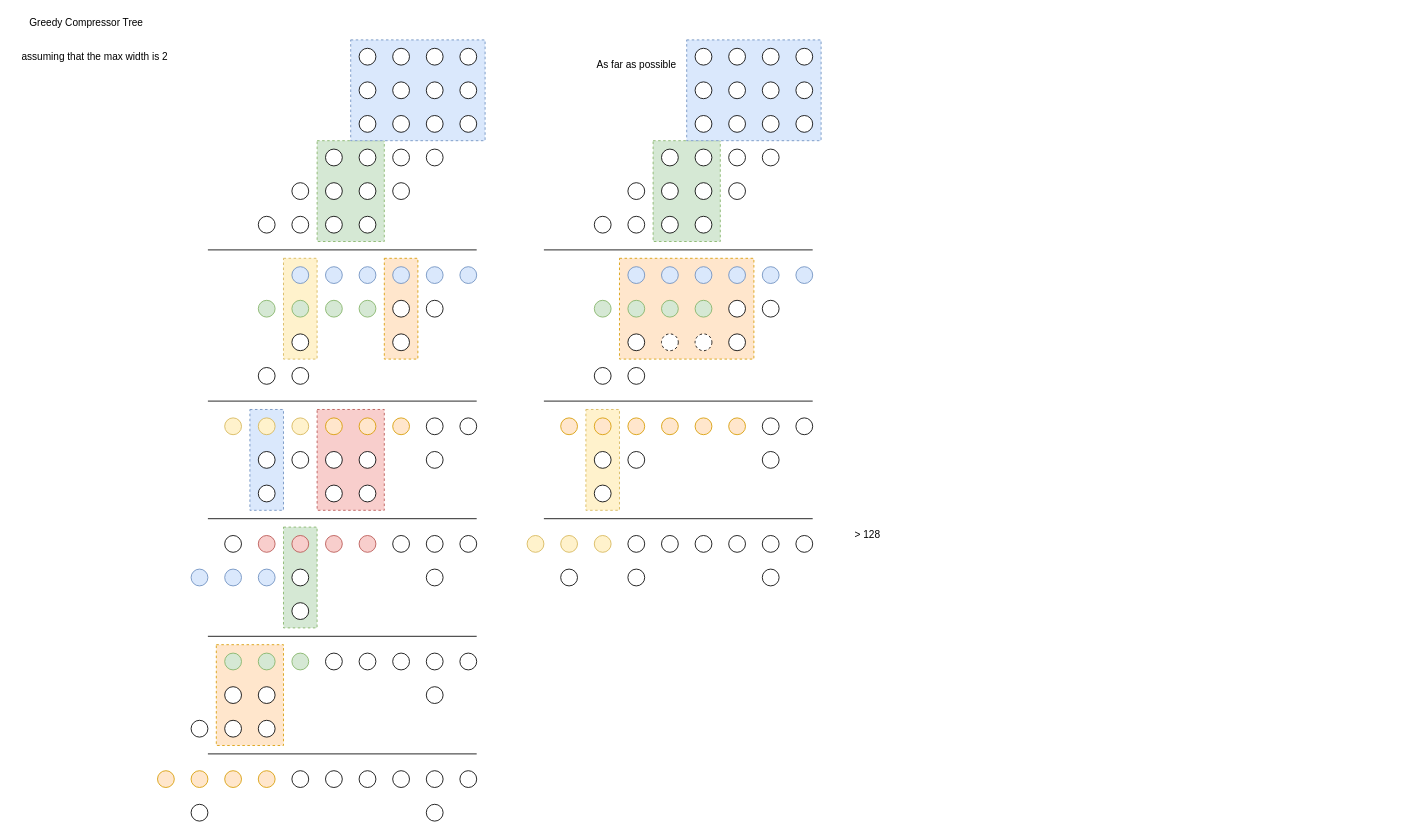
Earlier version of the draw.io diagram page "GCT" (2 of 4) of src/main/resources/BMC.drawio (RicardoNid/Chainsaw2). Source tidied: cells renumbered, new cells numbered last; positions are measured from the earlier drawing's top-left corner, leaving out a move shared by most shapes. Both pictures are drawn from the tidied source at 84%, with x=0, y=0 at pixel (14, 14).
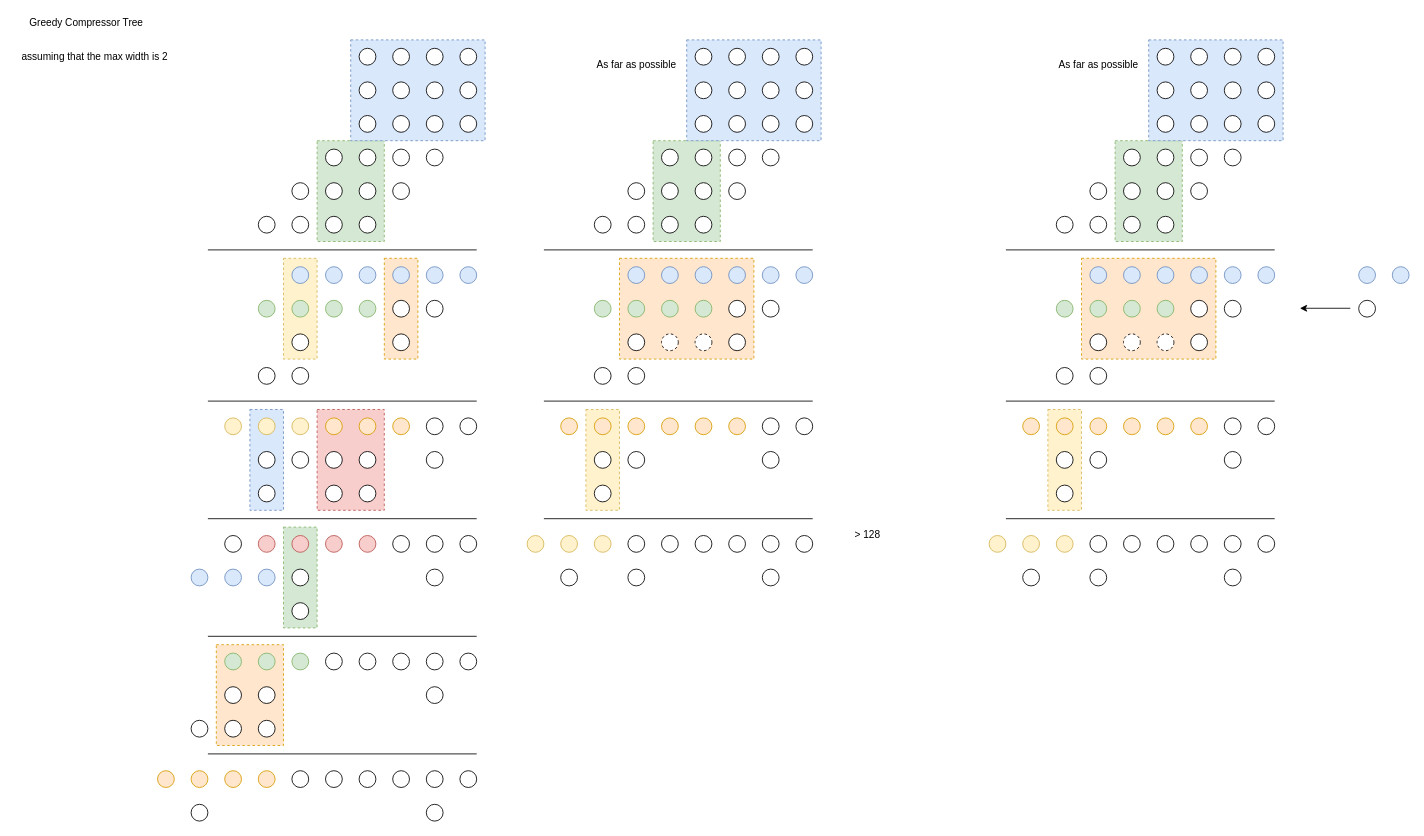
The same diagram, later.

The edit, as a diff of the source:
```diff
@@
+    <mxCell id="188" style="ellipse;whiteSpace=wrap;html=1;" parent="1" vertex="1">
+      <mxGeometry x="1320" y="620" width="20" height="20" as="geometry" />
+    </mxCell>
+    <mxCell id="189" style="ellipse;whiteSpace=wrap;html=1;" parent="1" vertex="1">
+      <mxGeometry x="1360" y="620" width="20" height="20" as="geometry" />
+    </mxCell>
+    <mxCell id="190" style="ellipse;whiteSpace=wrap;html=1;" parent="1" vertex="1">
+      <mxGeometry x="1400" y="620" width="20" height="20" as="geometry" />
+    </mxCell>
+    <mxCell id="191" style="ellipse;whiteSpace=wrap;html=1;" parent="1" vertex="1">
+      <mxGeometry x="1280" y="620" width="20" height="20" as="geometry" />
+    </mxCell>
+    <mxCell id="192" style="ellipse;whiteSpace=wrap;html=1;" parent="1" vertex="1">
+      <mxGeometry x="1440" y="620" width="20" height="20" as="geometry" />
+    </mxCell>
+    <mxCell id="193" style="ellipse;whiteSpace=wrap;html=1;" parent="1" vertex="1">
+      <mxGeometry x="1480" y="620" width="20" height="20" as="geometry" />
+    </mxCell>
+    <mxCell id="194" style="ellipse;whiteSpace=wrap;html=1;" parent="1" vertex="1">
+      <mxGeometry x="1440" y="660" width="20" height="20" as="geometry" />
+    </mxCell>
+    <mxCell id="195" style="ellipse;whiteSpace=wrap;html=1;" parent="1" vertex="1">
+      <mxGeometry x="1280" y="660" width="20" height="20" as="geometry" />
+    </mxCell>
+    <mxCell id="196" style="rounded=0;whiteSpace=wrap;html=1;dashed=1;fillColor=#fff2cc;strokeColor=#d6b656;" parent="1" vertex="1">
+      <mxGeometry x="1230" y="470" width="40" height="120" as="geometry" />
+    </mxCell>
+    <mxCell id="197" style="rounded=0;whiteSpace=wrap;html=1;dashed=1;fillColor=#ffe6cc;strokeColor=#d79b00;" parent="1" vertex="1">
+      <mxGeometry x="1270" y="290" width="160" height="120" as="geometry" />
+    </mxCell>
+    <mxCell id="198" style="rounded=0;whiteSpace=wrap;html=1;dashed=1;fillColor=#d5e8d4;strokeColor=#82b366;" parent="1" vertex="1">
+      <mxGeometry x="1310" y="150" width="80" height="120" as="geometry" />
+    </mxCell>
+    <mxCell id="199" style="rounded=0;whiteSpace=wrap;html=1;dashed=1;fillColor=#dae8fc;strokeColor=#6c8ebf;" parent="1" vertex="1">
+      <mxGeometry x="1350" y="30" width="160" height="120" as="geometry" />
+    </mxCell>
+    <mxCell id="200" style="ellipse;whiteSpace=wrap;html=1;" parent="1" vertex="1">
+      <mxGeometry x="1360" y="120" width="20" height="20" as="geometry" />
+    </mxCell>
+    <mxCell id="201" style="ellipse;whiteSpace=wrap;html=1;" parent="1" vertex="1">
+      <mxGeometry x="1400" y="120" width="20" height="20" as="geometry" />
+    </mxCell>
+    <mxCell id="202" style="ellipse;whiteSpace=wrap;html=1;" parent="1" vertex="1">
+      <mxGeometry x="1440" y="120" width="20" height="20" as="geometry" />
+    </mxCell>
+    <mxCell id="203" style="ellipse;whiteSpace=wrap;html=1;" parent="1" vertex="1">
+      <mxGeometry x="1480" y="120" width="20" height="20" as="geometry" />
+    </mxCell>
+    <mxCell id="204" style="ellipse;whiteSpace=wrap;html=1;" parent="1" vertex="1">
+      <mxGeometry x="1320" y="160" width="20" height="20" as="geometry" />
+    </mxCell>
+    <mxCell id="205" style="ellipse;whiteSpace=wrap;html=1;" parent="1" vertex="1">
+      <mxGeometry x="1360" y="160" width="20" height="20" as="geometry" />
+    </mxCell>
+    <mxCell id="206" style="ellipse;whiteSpace=wrap;html=1;" parent="1" vertex="1">
+      <mxGeometry x="1400" y="160" width="20" height="20" as="geometry" />
+    </mxCell>
+    <mxCell id="207" style="ellipse;whiteSpace=wrap;html=1;" parent="1" vertex="1">
+      <mxGeometry x="1440" y="160" width="20" height="20" as="geometry" />
+    </mxCell>
+    <mxCell id="208" style="ellipse;whiteSpace=wrap;html=1;" parent="1" vertex="1">
+      <mxGeometry x="1280" y="200" width="20" height="20" as="geometry" />
+    </mxCell>
+    <mxCell id="209" style="ellipse;whiteSpace=wrap;html=1;" parent="1" vertex="1">
+      <mxGeometry x="1320" y="200" width="20" height="20" as="geometry" />
+    </mxCell>
+    <mxCell id="210" style="ellipse;whiteSpace=wrap;html=1;" parent="1" vertex="1">
+      <mxGeometry x="1360" y="200" width="20" height="20" as="geometry" />
+    </mxCell>
+    <mxCell id="211" style="ellipse;whiteSpace=wrap;html=1;" parent="1" vertex="1">
+      <mxGeometry x="1400" y="200" width="20" height="20" as="geometry" />
+    </mxCell>
+    <mxCell id="212" style="ellipse;whiteSpace=wrap;html=1;" parent="1" vertex="1">
+      <mxGeometry x="1240" y="240" width="20" height="20" as="geometry" />
+    </mxCell>
+    <mxCell id="213" style="ellipse;whiteSpace=wrap;html=1;" parent="1" vertex="1">
+      <mxGeometry x="1280" y="240" width="20" height="20" as="geometry" />
+    </mxCell>
+    <mxCell id="214" style="ellipse;whiteSpace=wrap;html=1;" parent="1" vertex="1">
+      <mxGeometry x="1320" y="240" width="20" height="20" as="geometry" />
+    </mxCell>
+    <mxCell id="215" style="ellipse;whiteSpace=wrap;html=1;" parent="1" vertex="1">
+      <mxGeometry x="1360" y="240" width="20" height="20" as="geometry" />
+    </mxCell>
+    <mxCell id="216" style="ellipse;whiteSpace=wrap;html=1;" parent="1" vertex="1">
+      <mxGeometry x="1360" y="40" width="20" height="20" as="geometry" />
+    </mxCell>
+    <mxCell id="217" style="ellipse;whiteSpace=wrap;html=1;" parent="1" vertex="1">
+      <mxGeometry x="1400" y="40" width="20" height="20" as="geometry" />
+    </mxCell>
+    <mxCell id="218" style="ellipse;whiteSpace=wrap;html=1;" parent="1" vertex="1">
+      <mxGeometry x="1440" y="40" width="20" height="20" as="geometry" />
+    </mxCell>
+    <mxCell id="219" style="ellipse;whiteSpace=wrap;html=1;" parent="1" vertex="1">
+      <mxGeometry x="1480" y="40" width="20" height="20" as="geometry" />
+    </mxCell>
+    <mxCell id="220" style="ellipse;whiteSpace=wrap;html=1;" parent="1" vertex="1">
+      <mxGeometry x="1360" y="80" width="20" height="20" as="geometry" />
+    </mxCell>
+    <mxCell id="221" style="ellipse;whiteSpace=wrap;html=1;" parent="1" vertex="1">
+      <mxGeometry x="1400" y="80" width="20" height="20" as="geometry" />
+    </mxCell>
+    <mxCell id="222" style="ellipse;whiteSpace=wrap;html=1;" parent="1" vertex="1">
+      <mxGeometry x="1440" y="80" width="20" height="20" as="geometry" />
+    </mxCell>
+    <mxCell id="223" style="ellipse;whiteSpace=wrap;html=1;" parent="1" vertex="1">
+      <mxGeometry x="1480" y="80" width="20" height="20" as="geometry" />
+    </mxCell>
+    <mxCell id="224" style="endArrow=none;html=1;" parent="1" edge="1">
+      <mxGeometry relative="1" as="geometry">
+        <mxPoint x="1180" y="280" as="sourcePoint" />
+        <mxPoint x="1500" y="280" as="targetPoint" />
+      </mxGeometry>
+    </mxCell>
+    <mxCell id="225" style="endArrow=none;html=1;" parent="1" edge="1">
+      <mxGeometry relative="1" as="geometry">
+        <mxPoint x="1180" y="460" as="sourcePoint" />
+        <mxPoint x="1500" y="460" as="targetPoint" />
+      </mxGeometry>
+    </mxCell>
+    <mxCell id="226" style="endArrow=none;html=1;" parent="1" edge="1">
+      <mxGeometry relative="1" as="geometry">
+        <mxPoint x="1180" y="600" as="sourcePoint" />
+        <mxPoint x="1500" y="600" as="targetPoint" />
+      </mxGeometry>
+    </mxCell>
+    <mxCell id="227" style="ellipse;whiteSpace=wrap;html=1;fillColor=#dae8fc;strokeColor=#6c8ebf;" parent="1" vertex="1">
+      <mxGeometry x="1360" y="300" width="20" height="20" as="geometry" />
+    </mxCell>
+    <mxCell id="228" style="ellipse;whiteSpace=wrap;html=1;fillColor=#dae8fc;strokeColor=#6c8ebf;" parent="1" vertex="1">
+      <mxGeometry x="1400" y="300" width="20" height="20" as="geometry" />
+    </mxCell>
+    <mxCell id="229" style="ellipse;whiteSpace=wrap;html=1;fillColor=#dae8fc;strokeColor=#6c8ebf;" parent="1" vertex="1">
+      <mxGeometry x="1440" y="300" width="20" height="20" as="geometry" />
+    </mxCell>
+    <mxCell id="230" style="ellipse;whiteSpace=wrap;html=1;fillColor=#dae8fc;strokeColor=#6c8ebf;" parent="1" vertex="1">
+      <mxGeometry x="1480" y="300" width="20" height="20" as="geometry" />
+    </mxCell>
+    <mxCell id="231" style="ellipse;whiteSpace=wrap;html=1;fillColor=#dae8fc;strokeColor=#6c8ebf;" parent="1" vertex="1">
+      <mxGeometry x="1280" y="300" width="20" height="20" as="geometry" />
+    </mxCell>
+    <mxCell id="232" style="ellipse;whiteSpace=wrap;html=1;fillColor=#dae8fc;strokeColor=#6c8ebf;" parent="1" vertex="1">
+      <mxGeometry x="1320" y="300" width="20" height="20" as="geometry" />
+    </mxCell>
+    <mxCell id="233" style="ellipse;whiteSpace=wrap;html=1;fillColor=#d5e8d4;strokeColor=#82b366;" parent="1" vertex="1">
+      <mxGeometry x="1240" y="340" width="20" height="20" as="geometry" />
+    </mxCell>
+    <mxCell id="234" style="ellipse;whiteSpace=wrap;html=1;fillColor=#d5e8d4;strokeColor=#82b366;" parent="1" vertex="1">
+      <mxGeometry x="1280" y="340" width="20" height="20" as="geometry" />
+    </mxCell>
+    <mxCell id="235" style="ellipse;whiteSpace=wrap;html=1;fillColor=#d5e8d4;strokeColor=#82b366;" parent="1" vertex="1">
+      <mxGeometry x="1320" y="340" width="20" height="20" as="geometry" />
+    </mxCell>
+    <mxCell id="236" style="ellipse;whiteSpace=wrap;html=1;fillColor=#d5e8d4;strokeColor=#82b366;" parent="1" vertex="1">
+      <mxGeometry x="1360" y="340" width="20" height="20" as="geometry" />
+    </mxCell>
+    <mxCell id="237" style="ellipse;whiteSpace=wrap;html=1;" parent="1" vertex="1">
+      <mxGeometry x="1400" y="340" width="20" height="20" as="geometry" />
+    </mxCell>
+    <mxCell id="238" style="ellipse;whiteSpace=wrap;html=1;" parent="1" vertex="1">
+      <mxGeometry x="1440" y="340" width="20" height="20" as="geometry" />
+    </mxCell>
+    <mxCell id="239" style="ellipse;whiteSpace=wrap;html=1;" parent="1" vertex="1">
+      <mxGeometry x="1400" y="380" width="20" height="20" as="geometry" />
+    </mxCell>
+    <mxCell id="240" style="ellipse;whiteSpace=wrap;html=1;" parent="1" vertex="1">
+      <mxGeometry x="1280" y="380" width="20" height="20" as="geometry" />
+    </mxCell>
+    <mxCell id="241" style="ellipse;whiteSpace=wrap;html=1;" parent="1" vertex="1">
+      <mxGeometry x="1240" y="420" width="20" height="20" as="geometry" />
+    </mxCell>
+    <mxCell id="242" style="ellipse;whiteSpace=wrap;html=1;" parent="1" vertex="1">
+      <mxGeometry x="1280" y="420" width="20" height="20" as="geometry" />
+    </mxCell>
+    <mxCell id="243" style="ellipse;whiteSpace=wrap;html=1;fillColor=#ffe6cc;strokeColor=#d79b00;" parent="1" vertex="1">
+      <mxGeometry x="1320" y="480" width="20" height="20" as="geometry" />
+    </mxCell>
+    <mxCell id="244" style="ellipse;whiteSpace=wrap;html=1;fillColor=#ffe6cc;strokeColor=#d79b00;" parent="1" vertex="1">
+      <mxGeometry x="1360" y="480" width="20" height="20" as="geometry" />
+    </mxCell>
+    <mxCell id="245" style="ellipse;whiteSpace=wrap;html=1;fillColor=#ffe6cc;strokeColor=#d79b00;" parent="1" vertex="1">
+      <mxGeometry x="1400" y="480" width="20" height="20" as="geometry" />
+    </mxCell>
+    <mxCell id="246" style="ellipse;whiteSpace=wrap;html=1;fillColor=#ffe6cc;strokeColor=#d79b00;" parent="1" vertex="1">
+      <mxGeometry x="1200" y="480" width="20" height="20" as="geometry" />
+    </mxCell>
+    <mxCell id="247" style="ellipse;whiteSpace=wrap;html=1;fillColor=#ffe6cc;strokeColor=#d79b00;" parent="1" vertex="1">
+      <mxGeometry x="1240" y="480" width="20" height="20" as="geometry" />
+    </mxCell>
+    <mxCell id="248" style="ellipse;whiteSpace=wrap;html=1;fillColor=#ffe6cc;strokeColor=#d79b00;" parent="1" vertex="1">
+      <mxGeometry x="1280" y="480" width="20" height="20" as="geometry" />
+    </mxCell>
+    <mxCell id="249" style="ellipse;whiteSpace=wrap;html=1;" parent="1" vertex="1">
+      <mxGeometry x="1440" y="480" width="20" height="20" as="geometry" />
+    </mxCell>
+    <mxCell id="250" style="ellipse;whiteSpace=wrap;html=1;" parent="1" vertex="1">
+      <mxGeometry x="1480" y="480" width="20" height="20" as="geometry" />
+    </mxCell>
+    <mxCell id="251" style="ellipse;whiteSpace=wrap;html=1;" parent="1" vertex="1">
+      <mxGeometry x="1440" y="520" width="20" height="20" as="geometry" />
+    </mxCell>
+    <mxCell id="252" style="ellipse;whiteSpace=wrap;html=1;" parent="1" vertex="1">
+      <mxGeometry x="1280" y="520" width="20" height="20" as="geometry" />
+    </mxCell>
+    <mxCell id="253" style="ellipse;whiteSpace=wrap;html=1;" parent="1" vertex="1">
+      <mxGeometry x="1240" y="520" width="20" height="20" as="geometry" />
+    </mxCell>
+    <mxCell id="254" style="ellipse;whiteSpace=wrap;html=1;" parent="1" vertex="1">
+      <mxGeometry x="1240" y="560" width="20" height="20" as="geometry" />
+    </mxCell>
+    <mxCell id="255" style="ellipse;whiteSpace=wrap;html=1;fillColor=#fff2cc;strokeColor=#d6b656;" parent="1" vertex="1">
+      <mxGeometry x="1200" y="620" width="20" height="20" as="geometry" />
+    </mxCell>
+    <mxCell id="256" style="ellipse;whiteSpace=wrap;html=1;fillColor=#fff2cc;strokeColor=#d6b656;" parent="1" vertex="1">
+      <mxGeometry x="1240" y="620" width="20" height="20" as="geometry" />
+    </mxCell>
+    <mxCell id="257" style="ellipse;whiteSpace=wrap;html=1;fillColor=#fff2cc;strokeColor=#d6b656;" parent="1" vertex="1">
+      <mxGeometry x="1160" y="620" width="20" height="20" as="geometry" />
+    </mxCell>
+    <mxCell id="258" style="ellipse;whiteSpace=wrap;html=1;" parent="1" vertex="1">
+      <mxGeometry x="1200" y="660" width="20" height="20" as="geometry" />
+    </mxCell>
+    <mxCell id="259" value="As far as possible" style="text;html=1;align=center;verticalAlign=middle;strokeColor=none;fillColor=none;" parent="1" vertex="1">
+      <mxGeometry x="1235" y="50" width="110" height="20" as="geometry" />
+    </mxCell>
+    <mxCell id="260" style="ellipse;whiteSpace=wrap;html=1;dashed=1;" parent="1" vertex="1">
+      <mxGeometry x="1320" y="380" width="20" height="20" as="geometry" />
+    </mxCell>
+    <mxCell id="261" style="ellipse;whiteSpace=wrap;html=1;dashed=1;" parent="1" vertex="1">
+      <mxGeometry x="1360" y="380" width="20" height="20" as="geometry" />
+    </mxCell>
+    <mxCell id="262" style="ellipse;whiteSpace=wrap;html=1;fillColor=#dae8fc;strokeColor=#6c8ebf;" parent="1" vertex="1">
+      <mxGeometry x="1600" y="300" width="20" height="20" as="geometry" />
+    </mxCell>
+    <mxCell id="263" style="ellipse;whiteSpace=wrap;html=1;fillColor=#dae8fc;strokeColor=#6c8ebf;" parent="1" vertex="1">
+      <mxGeometry x="1640" y="300" width="20" height="20" as="geometry" />
+    </mxCell>
+    <mxCell id="264" style="ellipse;whiteSpace=wrap;html=1;" parent="1" vertex="1">
+      <mxGeometry x="1600" y="340" width="20" height="20" as="geometry" />
+    </mxCell>
+    <mxCell id="265" style="endArrow=classic;html=1;" parent="1" edge="1">
+      <mxGeometry relative="1" as="geometry">
+        <mxPoint x="1590" y="349.5" as="sourcePoint" />
+        <mxPoint x="1530" y="349.5" as="targetPoint" />
+      </mxGeometry>
+    </mxCell>
```
